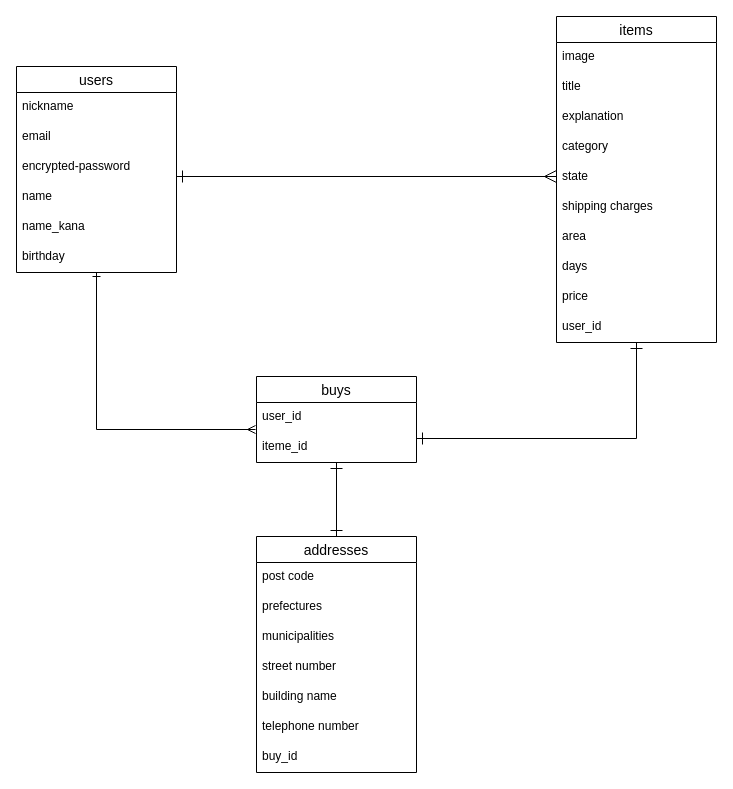
Earlier version of the draw.io diagram furima.dio (mari2326/furima-36428). Source tidied: cells renumbered, new cells numbered last; positions are measured from the earlier drawing's top-left corner, leaving out a move shared by most shapes. Both pictures are drawn from the tidied source at 100%, with x=0, y=0 at pixel (16, 16).
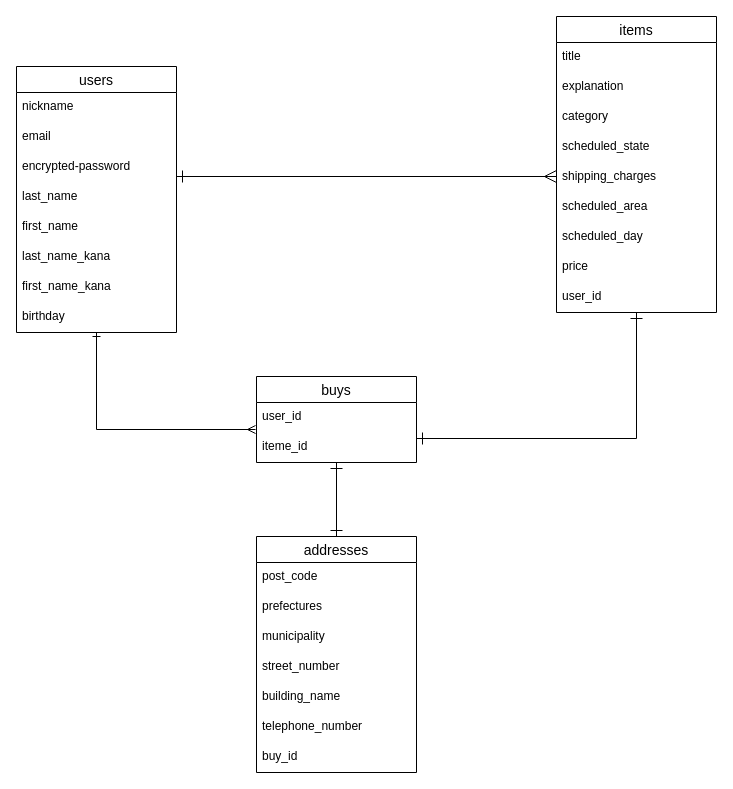
After the change.

Unchanged cells that the change refers to:
```xml
<mxCell id="27" value="addresses" style="swimlane;fontStyle=0;horizontal=1;startSize=26;align=center;fontSize=14;" parent="1" vertex="1">
  <mxGeometry x="240" y="520" width="160" height="236" as="geometry" />
</mxCell>
```

The edit, as a diff of the source:
```diff
@@
     <mxCell id="3" value="users" style="swimlane;fontStyle=0;horizontal=1;startSize=26;align=center;fontSize=14;" parent="1" vertex="1">
-      <mxGeometry y="50" width="160" height="206" as="geometry" />
+      <mxGeometry y="50" width="160" height="266" as="geometry" />
     </mxCell>
@@
-    <mxCell id="7" value="name&#10;" style="text;strokeColor=none;fillColor=none;spacingLeft=4;spacingRight=4;overflow=hidden;fontSize=12;" parent="3" vertex="1">
+    <mxCell id="7" value="last_name" style="text;strokeColor=none;fillColor=none;spacingLeft=4;spacingRight=4;overflow=hidden;fontSize=12;" parent="3" vertex="1">
       <mxGeometry y="116" width="160" height="30" as="geometry" />
     </mxCell>
-    <mxCell id="8" value="name_kana&#10;&#10;" style="text;strokeColor=none;fillColor=none;spacingLeft=4;spacingRight=4;overflow=hidden;fontSize=12;" parent="3" vertex="1">
+    <mxCell id="8" value="first_name&#10;" style="text;strokeColor=none;fillColor=none;spacingLeft=4;spacingRight=4;overflow=hidden;fontSize=12;" parent="3" vertex="1">
       <mxGeometry y="146" width="160" height="30" as="geometry" />
     </mxCell>
+    <mxCell id="35" value="last_name_kana" style="text;strokeColor=none;fillColor=none;spacingLeft=4;spacingRight=4;overflow=hidden;fontSize=12;" parent="3" vertex="1">
+      <mxGeometry y="176" width="160" height="30" as="geometry" />
+    </mxCell>
+    <mxCell id="36" value="first_name_kana" style="text;strokeColor=none;fillColor=none;spacingLeft=4;spacingRight=4;overflow=hidden;fontSize=12;" parent="3" vertex="1">
+      <mxGeometry y="206" width="160" height="30" as="geometry" />
+    </mxCell>
     <mxCell id="9" value="birthday" style="text;strokeColor=none;fillColor=none;spacingLeft=4;spacingRight=4;overflow=hidden;fontSize=12;" parent="3" vertex="1">
-      <mxGeometry y="176" width="160" height="30" as="geometry" />
+      <mxGeometry y="236" width="160" height="30" as="geometry" />
     </mxCell>
@@
     <mxCell id="11" value="items" style="swimlane;fontStyle=0;horizontal=1;startSize=26;align=center;fontSize=14;" parent="1" vertex="1">
-      <mxGeometry x="540" width="160" height="326" as="geometry" />
+      <mxGeometry x="540" width="160" height="296" as="geometry" />
     </mxCell>
-    <mxCell id="12" value="image&#10;" style="text;strokeColor=none;fillColor=none;spacingLeft=4;spacingRight=4;overflow=hidden;fontSize=12;" parent="11" vertex="1">
-      <mxGeometry y="26" width="160" height="30" as="geometry" />
-    </mxCell>
     <mxCell id="13" value="title" style="text;strokeColor=none;fillColor=none;spacingLeft=4;spacingRight=4;overflow=hidden;fontSize=12;" parent="11" vertex="1">
-      <mxGeometry y="56" width="160" height="30" as="geometry" />
+      <mxGeometry y="26" width="160" height="30" as="geometry" />
     </mxCell>
     <mxCell id="14" value="explanation" style="text;strokeColor=none;fillColor=none;spacingLeft=4;spacingRight=4;overflow=hidden;fontSize=12;" parent="11" vertex="1">
-      <mxGeometry y="86" width="160" height="30" as="geometry" />
+      <mxGeometry y="56" width="160" height="30" as="geometry" />
     </mxCell>
     <mxCell id="15" value="category" style="text;strokeColor=none;fillColor=none;spacingLeft=4;spacingRight=4;overflow=hidden;fontSize=12;" parent="11" vertex="1">
-      <mxGeometry y="116" width="160" height="30" as="geometry" />
+      <mxGeometry y="86" width="160" height="30" as="geometry" />
     </mxCell>
-    <mxCell id="16" value="state" style="text;strokeColor=none;fillColor=none;spacingLeft=4;spacingRight=4;overflow=hidden;fontSize=12;" parent="11" vertex="1">
-      <mxGeometry y="146" width="160" height="30" as="geometry" />
+    <mxCell id="16" value="scheduled_state" style="text;strokeColor=none;fillColor=none;spacingLeft=4;spacingRight=4;overflow=hidden;fontSize=12;" parent="11" vertex="1">
+      <mxGeometry y="116" width="160" height="30" as="geometry" />
     </mxCell>
-    <mxCell id="17" value="shipping charges" style="text;strokeColor=none;fillColor=none;spacingLeft=4;spacingRight=4;overflow=hidden;fontSize=12;" parent="11" vertex="1">
-      <mxGeometry y="176" width="160" height="30" as="geometry" />
+    <mxCell id="17" value="shipping_charges" style="text;strokeColor=none;fillColor=none;spacingLeft=4;spacingRight=4;overflow=hidden;fontSize=12;" parent="11" vertex="1">
+      <mxGeometry y="146" width="160" height="30" as="geometry" />
     </mxCell>
-    <mxCell id="18" value="area" style="text;strokeColor=none;fillColor=none;spacingLeft=4;spacingRight=4;overflow=hidden;fontSize=12;" parent="11" vertex="1">
-      <mxGeometry y="206" width="160" height="30" as="geometry" />
+    <mxCell id="18" value="scheduled_area" style="text;strokeColor=none;fillColor=none;spacingLeft=4;spacingRight=4;overflow=hidden;fontSize=12;" parent="11" vertex="1">
+      <mxGeometry y="176" width="160" height="30" as="geometry" />
     </mxCell>
-    <mxCell id="19" value="days" style="text;strokeColor=none;fillColor=none;spacingLeft=4;spacingRight=4;overflow=hidden;fontSize=12;" parent="11" vertex="1">
-      <mxGeometry y="236" width="160" height="30" as="geometry" />
+    <mxCell id="19" value="scheduled_day" style="text;strokeColor=none;fillColor=none;spacingLeft=4;spacingRight=4;overflow=hidden;fontSize=12;" parent="11" vertex="1">
+      <mxGeometry y="206" width="160" height="30" as="geometry" />
     </mxCell>
     <mxCell id="20" value="price" style="text;strokeColor=none;fillColor=none;spacingLeft=4;spacingRight=4;overflow=hidden;fontSize=12;" parent="11" vertex="1">
-      <mxGeometry y="266" width="160" height="30" as="geometry" />
+      <mxGeometry y="236" width="160" height="30" as="geometry" />
     </mxCell>
     <mxCell id="21" value="user_id" style="text;strokeColor=none;fillColor=none;spacingLeft=4;spacingRight=4;overflow=hidden;fontSize=12;" parent="11" vertex="1">
-      <mxGeometry y="296" width="160" height="30" as="geometry" />
+      <mxGeometry y="266" width="160" height="30" as="geometry" />
     </mxCell>
@@
-    <mxCell id="28" value="post code" style="text;strokeColor=none;fillColor=none;spacingLeft=4;spacingRight=4;overflow=hidden;fontSize=12;" parent="27" vertex="1">
+    <mxCell id="28" value="post_code" style="text;strokeColor=none;fillColor=none;spacingLeft=4;spacingRight=4;overflow=hidden;fontSize=12;" parent="27" vertex="1">
       <mxGeometry y="26" width="160" height="30" as="geometry" />
     </mxCell>
@@
-    <mxCell id="30" value="municipalities" style="text;strokeColor=none;fillColor=none;spacingLeft=4;spacingRight=4;overflow=hidden;fontSize=12;" parent="27" vertex="1">
+    <mxCell id="30" value="municipality" style="text;strokeColor=none;fillColor=none;spacingLeft=4;spacingRight=4;overflow=hidden;fontSize=12;" parent="27" vertex="1">
       <mxGeometry y="86" width="160" height="30" as="geometry" />
     </mxCell>
-    <mxCell id="31" value="street number" style="text;strokeColor=none;fillColor=none;spacingLeft=4;spacingRight=4;overflow=hidden;fontSize=12;" parent="27" vertex="1">
+    <mxCell id="31" value="street_number" style="text;strokeColor=none;fillColor=none;spacingLeft=4;spacingRight=4;overflow=hidden;fontSize=12;" parent="27" vertex="1">
       <mxGeometry y="116" width="160" height="30" as="geometry" />
     </mxCell>
-    <mxCell id="32" value="building name" style="text;strokeColor=none;fillColor=none;spacingLeft=4;spacingRight=4;overflow=hidden;fontSize=12;" parent="27" vertex="1">
+    <mxCell id="32" value="building_name" style="text;strokeColor=none;fillColor=none;spacingLeft=4;spacingRight=4;overflow=hidden;fontSize=12;" parent="27" vertex="1">
       <mxGeometry y="146" width="160" height="30" as="geometry" />
     </mxCell>
-    <mxCell id="33" value="telephone number" style="text;strokeColor=none;fillColor=none;spacingLeft=4;spacingRight=4;overflow=hidden;fontSize=12;" parent="27" vertex="1">
+    <mxCell id="33" value="telephone_number" style="text;strokeColor=none;fillColor=none;spacingLeft=4;spacingRight=4;overflow=hidden;fontSize=12;" parent="27" vertex="1">
       <mxGeometry y="176" width="160" height="30" as="geometry" />
     </mxCell>
```
